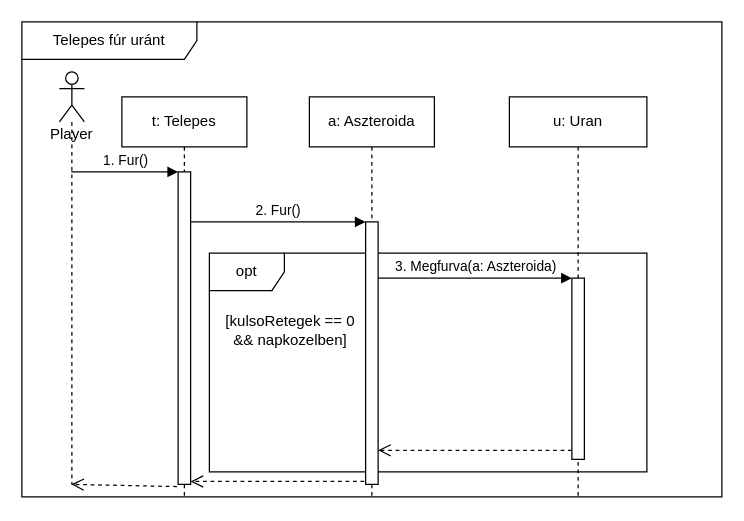
The draw.io diagram page "urán" (3 of 7) of doc/szekvencia/szek_TelepesFur.drawio in torpeBoiGo/aszteroidabanyaszat, before the edit. Source tidied: cells renumbered, new cells numbered last; positions are measured from the earlier drawing's top-left corner, leaving out a move shared by most shapes. Both pictures are drawn from the tidied source at 125%, with x=0, y=0 at pixel (21, 21).
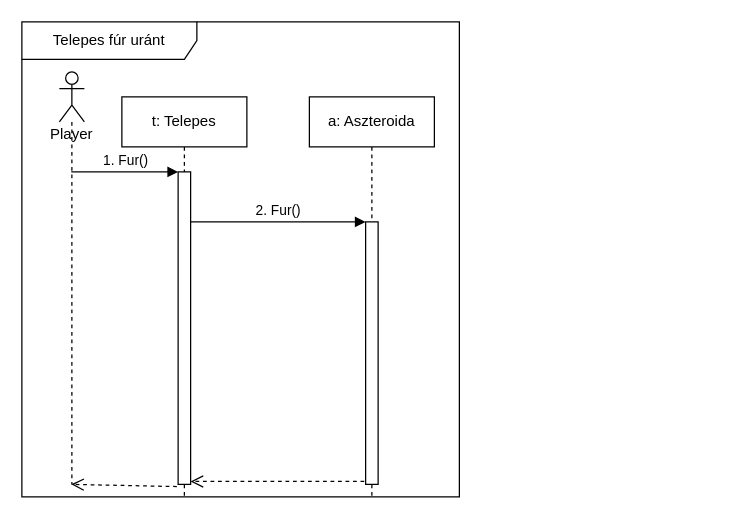
The same page after the edit.

Commit message (it also covers changes not shown here):
nincs megfurva()

The edit, as a diff of the source:
```diff
@@
 <mxGraphModel>
   <root>
     <mxCell id="0" />
     <mxCell id="1" parent="0" />
     <mxCell id="2" value="Telepes fúr uránt" style="shape=umlFrame;whiteSpace=wrap;html=1;width=140;height=30;" parent="1" vertex="1">
-      <mxGeometry width="560" height="380" as="geometry" />
+      <mxGeometry width="350" height="380" as="geometry" />
     </mxCell>
-    <mxCell id="3" style="group;" parent="1" vertex="1">
-      <mxGeometry x="150" y="185" width="350" height="175" as="geometry" />
-    </mxCell>
-    <mxCell id="4" value="opt" style="shape=umlFrame;whiteSpace=wrap;html=1;" parent="3" vertex="1">
-      <mxGeometry width="350" height="175" as="geometry" />
-    </mxCell>
-    <mxCell id="5" value="[kulsoRetegek == 0 &amp;amp;&amp;amp; napkozelben]" style="text;html=1;strokeColor=none;fillColor=none;align=center;verticalAlign=middle;whiteSpace=wrap;rounded=0;" parent="3" vertex="1">
-      <mxGeometry x="10" y="37.1" width="110" height="50" as="geometry" />
-    </mxCell>
     <mxCell id="6" value="t: Telepes" style="shape=umlLifeline;perimeter=lifelinePerimeter;whiteSpace=wrap;html=1;" parent="1" vertex="1">
       <mxGeometry x="80" y="60" width="100" height="320" as="geometry" />
     </mxCell>
     <mxCell id="7" style="html=1;points=[];perimeter=orthogonalPerimeter;" parent="6" vertex="1">
       <mxGeometry x="45" y="60" width="10" height="250" as="geometry" />
     </mxCell>
     <mxCell id="8" value="a: Aszteroida" style="shape=umlLifeline;perimeter=lifelinePerimeter;whiteSpace=wrap;html=1;" parent="1" vertex="1">
       <mxGeometry x="230" y="60" width="100" height="320" as="geometry" />
     </mxCell>
     <mxCell id="9" style="html=1;points=[];perimeter=orthogonalPerimeter;" parent="8" vertex="1">
       <mxGeometry x="45" y="100" width="10" height="210" as="geometry" />
     </mxCell>
     <mxCell id="10" value="2. Fur()" style="html=1;verticalAlign=bottom;endArrow=block;entryX=0;entryY=0;" parent="1" edge="1" source="7" target="9">
       <mxGeometry relative="1" as="geometry" />
     </mxCell>
     <mxCell id="11" style="html=1;verticalAlign=bottom;endArrow=open;dashed=1;endSize=8;exitX=-0.11;exitY=0.989;exitDx=0;exitDy=0;exitPerimeter=0;" parent="1" edge="1" source="9" target="7">
       <mxGeometry x="0.02" y="54" relative="1" as="geometry" />
     </mxCell>
-    <mxCell id="12" value="u: Uran" style="shape=umlLifeline;perimeter=lifelinePerimeter;whiteSpace=wrap;html=1;" parent="1" vertex="1">
-      <mxGeometry x="390" y="60" width="110" height="320" as="geometry" />
-    </mxCell>
-    <mxCell id="13" style="html=1;points=[];perimeter=orthogonalPerimeter;" parent="12" vertex="1">
-      <mxGeometry x="50" y="145" width="10" height="145" as="geometry" />
-    </mxCell>
-    <mxCell id="14" value="3. Megfurva(a: Aszteroida)" style="html=1;verticalAlign=bottom;endArrow=block;entryX=0;entryY=0;" parent="1" edge="1" source="9" target="13">
-      <mxGeometry relative="1" as="geometry" />
-    </mxCell>
-    <mxCell id="15" style="html=1;verticalAlign=bottom;endArrow=open;dashed=1;endSize=8;exitX=0;exitY=0.95;" parent="1" edge="1" source="13" target="9">
-      <mxGeometry x="-0.09" y="52" relative="1" as="geometry" />
-    </mxCell>
     <mxCell id="16" value="Player" style="shape=umlLifeline;participant=umlActor;perimeter=lifelinePerimeter;whiteSpace=wrap;html=1;verticalAlign=top;spacingTop=36;outlineConnect=0;" parent="1" vertex="1">
       <mxGeometry x="30" y="40" width="20" height="330" as="geometry" />
     </mxCell>
     <mxCell id="17" style="html=1;verticalAlign=bottom;endArrow=open;dashed=1;endSize=8;exitX=-0.1;exitY=1.007;exitDx=0;exitDy=0;exitPerimeter=0;" parent="1" edge="1" source="7" target="16">
       <mxGeometry x="0.24" y="77" relative="1" as="geometry" />
     </mxCell>
     <mxCell id="18" value="1. Fur()" style="html=1;verticalAlign=bottom;endArrow=block;entryX=0;entryY=0;" parent="1" edge="1" source="16" target="7">
       <mxGeometry relative="1" as="geometry" />
     </mxCell>
   </root>
 </mxGraphModel>
```
